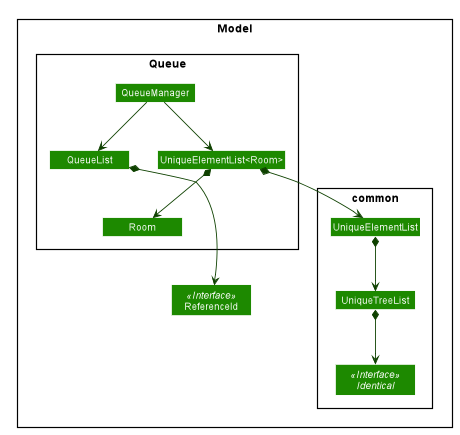
nus-cs2103-AY1920S1/addressbook-level3 keeps this PlantUML diagram as docs/images/QueueManagerClassDiagram.png. Above is the earlier version. Source of this version:
```plantuml
@startuml








skinparam BackgroundColor #FFFFFFF

skinparam Shadowing false

skinparam Class {
    FontColor #FFFFFF
    BorderThickness 1
    BorderColor #FFFFFF
    StereotypeFontColor #FFFFFF
    FontName Arial
}

skinparam Actor {
    BorderColor #000000
    Color #000000
    FontName Arial
}

skinparam Sequence {
    MessageAlign center
    BoxFontSize 15
    BoxPadding 0
    BoxFontColor #FFFFFF
    FontName Arial
}

skinparam Participant {
    FontColor #FFFFFFF
    Padding 20
}

skinparam MinClassWidth 100
skinparam ParticipantPadding 20
skinparam Shadowing false
skinparam DefaultTextAlignment center
skinparam packageStyle Rectangle

hide footbox
hide members
hide circle
skinparam arrowThickness 1.1
skinparam arrowColor #0E4100
skinparam classBackgroundColor #1D8900

Package Model {
    Interface ReferenceId <<Interface>>
    Package Queue {
        Class QueueManager
        Class QueueList
        Class Room
        Class "UniqueElementList<Room>"
        Class ReferenceId
    }
    Package common {
            Class UniqueElementList
            Class UniqueTreeList
            Interface Identical <<Interface>>
    }

    QueueManager -down-> QueueList
    "UniqueElementList<Room>" *--> UniqueElementList
    QueueManager --> "UniqueElementList<Room>"
    "UniqueElementList<Room>" *--> Room
    UniqueElementList *-down-> UniqueTreeList
    UniqueTreeList *-down-> Identical
    QueueList *---> ReferenceId
}



@enduml
```
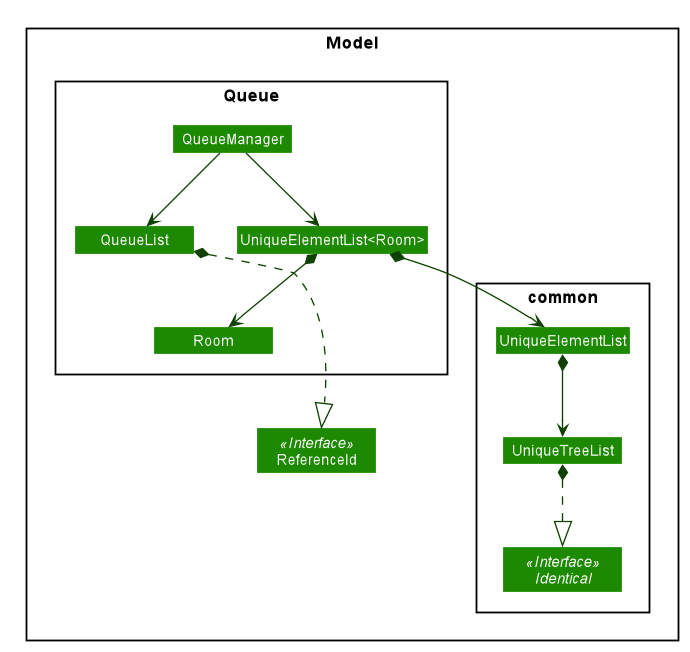
Above is the later version.

Change to the diagram source:
```diff
@@ -71,8 +71,8 @@
     QueueManager --> "UniqueElementList<Room>"
     "UniqueElementList<Room>" *--> Room
     UniqueElementList *-down-> UniqueTreeList
-    UniqueTreeList *-down-> Identical
-    QueueList *---> ReferenceId
+    UniqueTreeList *.down.|> Identical
+    QueueList *...|> ReferenceId
 }
 
 
```
